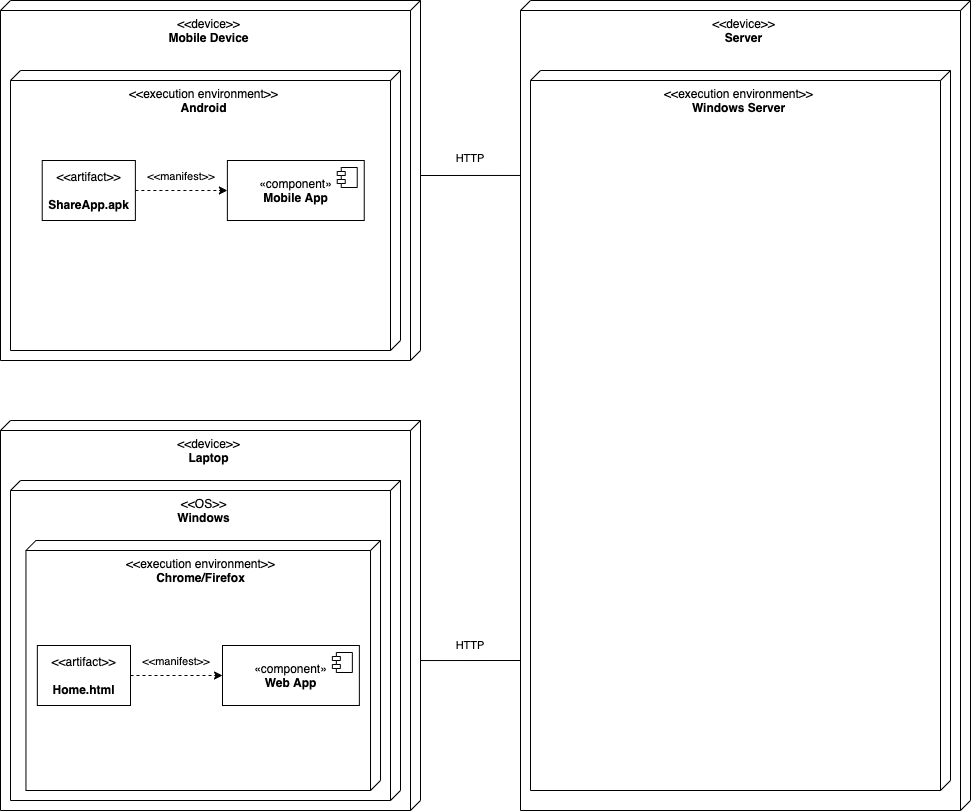
This is Communicating Architecture/UML Deployment Diagram/Deployment Application Diagram.png from smitbmx/Architecture-Diagrams, a draw.io export, as it was before one commit. Source tidied: cells renumbered, new cells last; positions are measured from the earlier drawing's top-left corner, leaving out a move shared by most shapes.
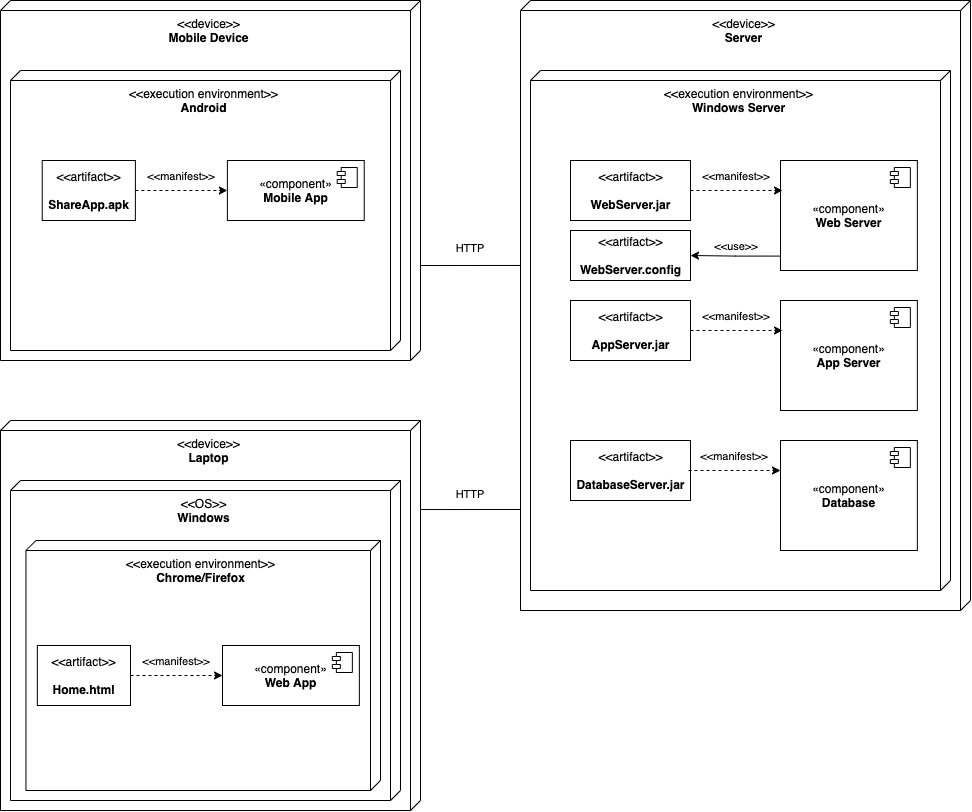
Later version of the same file.

Diff of the diagram source:
```diff
@@ -3,13 +3,82 @@
     <mxCell id="0" />
     <mxCell id="1" parent="0" />
     <mxCell id="2" value="&amp;lt;&amp;lt;device&amp;gt;&amp;gt;&lt;br&gt;&lt;b&gt;Server&lt;/b&gt;" style="verticalAlign=top;align=center;shape=cube;size=10;direction=south;fontStyle=0;html=1;boundedLbl=1;spacingLeft=5;" parent="1" vertex="1">
-      <mxGeometry x="520" width="450" height="810" as="geometry" />
+      <mxGeometry x="520" width="450" height="610" as="geometry" />
     </mxCell>
     <mxCell id="3" value="&amp;lt;&amp;lt;execution environment&amp;gt;&amp;gt;&lt;br&gt;&lt;b&gt;Windows Server&lt;/b&gt;" style="verticalAlign=top;align=center;shape=cube;size=10;direction=south;html=1;boundedLbl=1;spacingLeft=5;" parent="2" vertex="1">
-      <mxGeometry width="420" height="720" relative="1" as="geometry">
+      <mxGeometry width="420" height="520" relative="1" as="geometry">
         <mxPoint x="10" y="70" as="offset" />
       </mxGeometry>
     </mxCell>
+    <mxCell id="23" style="edgeStyle=orthogonalEdgeStyle;rounded=0;jettySize=auto;html=1;entryX=1;entryY=0.5;entryDx=0;entryDy=0;fontSize=11;exitX=0.002;exitY=0.869;exitDx=0;exitDy=0;exitPerimeter=0;" parent="2" edge="1" source="24" target="39">
+      <mxGeometry relative="1" as="geometry" />
+    </mxCell>
+    <mxCell id="24" value="«component»&lt;br&gt;&lt;b&gt;Web Server&lt;br&gt;&lt;/b&gt;" style="html=1;align=center;" parent="2" vertex="1">
+      <mxGeometry x="260" y="160" width="136.9" height="110" as="geometry" />
+    </mxCell>
+    <mxCell id="25" style="shape=module;jettyWidth=8;jettyHeight=4;align=center;" parent="24" vertex="1">
+      <mxGeometry x="1" width="20" height="20" relative="1" as="geometry">
+        <mxPoint x="-27" y="7" as="offset" />
+      </mxGeometry>
+    </mxCell>
+    <mxCell id="26" value="«component»&lt;br&gt;&lt;b&gt;App Server&lt;br&gt;&lt;/b&gt;" style="html=1;align=center;" parent="2" vertex="1">
+      <mxGeometry x="260" y="300" width="136.9" height="110" as="geometry" />
+    </mxCell>
+    <mxCell id="27" style="shape=module;jettyWidth=8;jettyHeight=4;align=center;" parent="26" vertex="1">
+      <mxGeometry x="1" width="20" height="20" relative="1" as="geometry">
+        <mxPoint x="-27" y="7" as="offset" />
+      </mxGeometry>
+    </mxCell>
+    <mxCell id="28" value="«component»&lt;br&gt;&lt;b&gt;Database&lt;br&gt;&lt;/b&gt;" style="html=1;align=center;" parent="2" vertex="1">
+      <mxGeometry x="260" y="440" width="136.9" height="110" as="geometry" />
+    </mxCell>
+    <mxCell id="29" style="shape=module;jettyWidth=8;jettyHeight=4;align=center;" parent="28" vertex="1">
+      <mxGeometry x="1" width="20" height="20" relative="1" as="geometry">
+        <mxPoint x="-27" y="7" as="offset" />
+      </mxGeometry>
+    </mxCell>
+    <mxCell id="30" value="&amp;lt;&amp;lt;artifact&amp;gt;&amp;gt;&lt;br&gt;&lt;br&gt;&lt;b&gt;WebServer.jar&lt;/b&gt;" style="text;html=1;align=center;verticalAlign=middle;dashed=0;fillColor=#ffffff;strokeColor=#000000;" parent="2" vertex="1">
+      <mxGeometry x="50" y="160" width="120" height="60" as="geometry" />
+    </mxCell>
+    <mxCell id="31" value="&amp;lt;&amp;lt;artifact&amp;gt;&amp;gt;&lt;br&gt;&lt;br&gt;&lt;b&gt;AppServer.jar&lt;/b&gt;" style="text;html=1;align=center;verticalAlign=middle;dashed=0;fillColor=#ffffff;strokeColor=#000000;" parent="2" vertex="1">
+      <mxGeometry x="50" y="300" width="120" height="60" as="geometry" />
+    </mxCell>
+    <mxCell id="32" value="&amp;lt;&amp;lt;artifact&amp;gt;&amp;gt;&lt;br&gt;&lt;br&gt;&lt;b&gt;DatabaseServer.jar&lt;/b&gt;" style="text;html=1;align=center;verticalAlign=middle;dashed=0;fillColor=#ffffff;strokeColor=#000000;" parent="2" vertex="1">
+      <mxGeometry x="50" y="440" width="120" height="60" as="geometry" />
+    </mxCell>
+    <mxCell id="33" value="&lt;font style=&quot;font-size: 11px&quot;&gt;&amp;lt;&amp;lt;manifest&amp;gt;&amp;gt;&lt;/font&gt;" style="text;html=1;strokeColor=none;fillColor=none;align=center;verticalAlign=middle;whiteSpace=wrap;rounded=0;" parent="2" vertex="1">
+      <mxGeometry x="186" y="160" width="60" height="30" as="geometry" />
+    </mxCell>
+    <mxCell id="34" style="endArrow=classic;html=1;rounded=0;fontSize=11;exitX=1;exitY=0.5;exitDx=0;exitDy=0;entryX=0;entryY=0.5;entryDx=0;entryDy=0;dashed=1;" parent="2" edge="1">
+      <mxGeometry relative="1" as="geometry">
+        <mxPoint x="170" y="190" as="sourcePoint" />
+        <mxPoint x="262" y="190" as="targetPoint" />
+      </mxGeometry>
+    </mxCell>
+    <mxCell id="35" value="&lt;font style=&quot;font-size: 11px&quot;&gt;&amp;lt;&amp;lt;manifest&amp;gt;&amp;gt;&lt;/font&gt;" style="text;html=1;strokeColor=none;fillColor=none;align=center;verticalAlign=middle;whiteSpace=wrap;rounded=0;" parent="2" vertex="1">
+      <mxGeometry x="186" y="300" width="60" height="30" as="geometry" />
+    </mxCell>
+    <mxCell id="36" style="endArrow=classic;html=1;rounded=0;fontSize=11;exitX=1;exitY=0.5;exitDx=0;exitDy=0;entryX=0;entryY=0.5;entryDx=0;entryDy=0;dashed=1;" parent="2" edge="1">
+      <mxGeometry relative="1" as="geometry">
+        <mxPoint x="170" y="330" as="sourcePoint" />
+        <mxPoint x="262" y="330" as="targetPoint" />
+      </mxGeometry>
+    </mxCell>
+    <mxCell id="37" value="&lt;font style=&quot;font-size: 11px&quot;&gt;&amp;lt;&amp;lt;manifest&amp;gt;&amp;gt;&lt;/font&gt;" style="text;html=1;strokeColor=none;fillColor=none;align=center;verticalAlign=middle;whiteSpace=wrap;rounded=0;" parent="2" vertex="1">
+      <mxGeometry x="184" y="440" width="60" height="30" as="geometry" />
+    </mxCell>
+    <mxCell id="38" style="endArrow=classic;html=1;rounded=0;fontSize=11;exitX=1;exitY=0.5;exitDx=0;exitDy=0;entryX=0;entryY=0.5;entryDx=0;entryDy=0;dashed=1;" parent="2" edge="1">
+      <mxGeometry relative="1" as="geometry">
+        <mxPoint x="168" y="470" as="sourcePoint" />
+        <mxPoint x="260" y="470" as="targetPoint" />
+      </mxGeometry>
+    </mxCell>
+    <mxCell id="39" value="&amp;lt;&amp;lt;artifact&amp;gt;&amp;gt;&lt;br&gt;&lt;br&gt;&lt;b&gt;WebServer.config&lt;/b&gt;" style="text;html=1;align=center;verticalAlign=middle;dashed=0;fillColor=#ffffff;strokeColor=#000000;" parent="2" vertex="1">
+      <mxGeometry x="50" y="230" width="120" height="50" as="geometry" />
+    </mxCell>
+    <mxCell id="40" value="&lt;font style=&quot;font-size: 11px&quot;&gt;&amp;lt;&amp;lt;use&amp;gt;&amp;gt;&lt;/font&gt;" style="text;html=1;strokeColor=none;fillColor=none;align=center;verticalAlign=middle;whiteSpace=wrap;rounded=0;" parent="2" vertex="1">
+      <mxGeometry x="186" y="230" width="60" height="30" as="geometry" />
+    </mxCell>
     <mxCell id="4" value="&amp;lt;&amp;lt;device&amp;gt;&amp;gt;&lt;br&gt;&lt;b&gt;Mobile Device&lt;/b&gt;" style="verticalAlign=top;align=center;shape=cube;size=10;direction=south;fontStyle=0;html=1;boundedLbl=1;spacingLeft=5;" parent="1" vertex="1">
       <mxGeometry width="420" height="360" as="geometry" />
     </mxCell>
@@ -63,20 +132,23 @@
     <mxCell id="18" value="&lt;font style=&quot;font-size: 11px&quot;&gt;&amp;lt;&amp;lt;manifest&amp;gt;&amp;gt;&lt;/font&gt;" style="text;html=1;strokeColor=none;fillColor=none;align=center;verticalAlign=middle;whiteSpace=wrap;rounded=0;" parent="11" vertex="1">
       <mxGeometry x="146" y="225" width="60" height="30" as="geometry" />
     </mxCell>
-    <mxCell id="19" style="endArrow=none;html=1;rounded=0;fontSize=11;exitX=0;exitY=0;exitDx=175;exitDy=0;exitPerimeter=0;entryX=0.216;entryY=1;entryDx=0;entryDy=0;entryPerimeter=0;" parent="1" edge="1" source="4" target="2">
-      <mxGeometry relative="1" as="geometry" />
+    <mxCell id="19" style="endArrow=none;html=1;rounded=0;fontSize=11;exitX=0;exitY=0;exitDx=175;exitDy=0;exitPerimeter=0;entryX=0.216;entryY=1;entryDx=0;entryDy=0;entryPerimeter=0;" parent="1" edge="1">
+      <mxGeometry relative="1" as="geometry">
+        <mxPoint x="420" y="265" as="sourcePoint" />
+        <mxPoint x="520" y="265" as="targetPoint" />
+      </mxGeometry>
     </mxCell>
     <mxCell id="20" style="endArrow=none;html=1;rounded=0;fontSize=11;exitX=0;exitY=0;exitDx=175;exitDy=0;exitPerimeter=0;entryX=0.216;entryY=1;entryDx=0;entryDy=0;entryPerimeter=0;" parent="1" edge="1">
       <mxGeometry relative="1" as="geometry">
-        <mxPoint x="420" y="660" as="sourcePoint" />
-        <mxPoint x="520" y="660" as="targetPoint" />
+        <mxPoint x="420" y="509" as="sourcePoint" />
+        <mxPoint x="520" y="509" as="targetPoint" />
       </mxGeometry>
     </mxCell>
     <mxCell id="21" value="HTTP" style="text;html=1;strokeColor=none;fillColor=none;align=center;verticalAlign=middle;whiteSpace=wrap;rounded=0;fontSize=11;" parent="1" vertex="1">
-      <mxGeometry x="440" y="143" width="60" height="30" as="geometry" />
+      <mxGeometry x="440" y="233" width="60" height="30" as="geometry" />
     </mxCell>
     <mxCell id="22" value="HTTP" style="text;html=1;strokeColor=none;fillColor=none;align=center;verticalAlign=middle;whiteSpace=wrap;rounded=0;fontSize=11;" parent="1" vertex="1">
-      <mxGeometry x="440" y="630" width="60" height="30" as="geometry" />
+      <mxGeometry x="440" y="479" width="60" height="30" as="geometry" />
     </mxCell>
   </root>
 </mxGraphModel>
```
